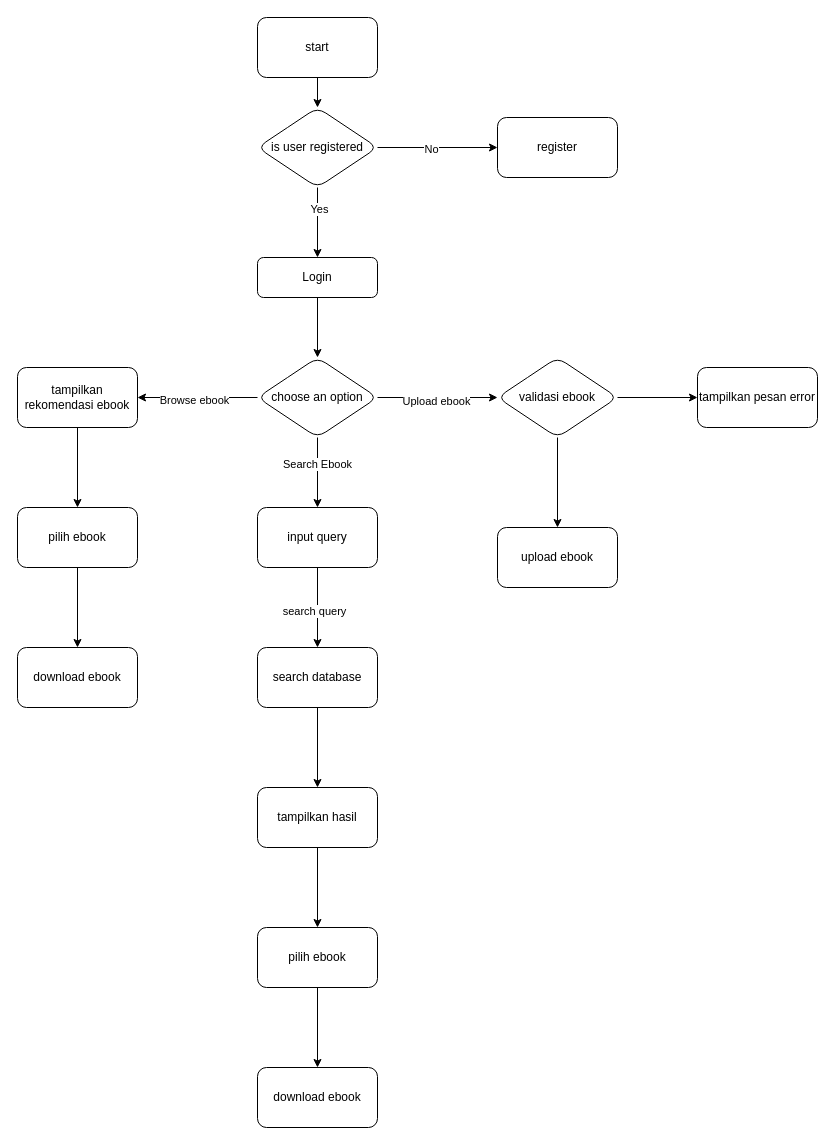
Above: flowchart_psbf.drawio in zaenal-abidin-syah/diagram (draw.io), before the change. Source tidied: cells renumbered, new cells numbered last; positions are measured from the earlier drawing's top-left corner, leaving out a move shared by most shapes. Both pictures are drawn from the tidied source at 100%, with x=0, y=0 at pixel (17, 17).
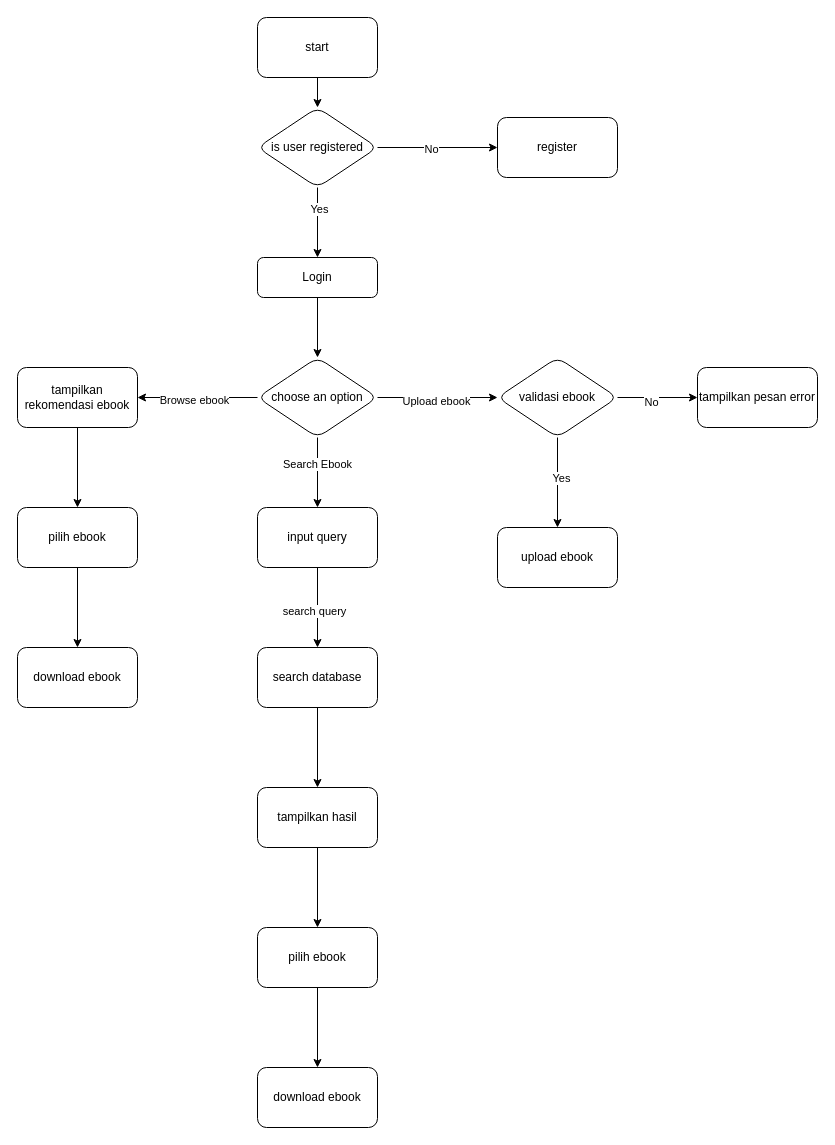
Above is the later version.

The change refers to these unchanged cells:
```xml
<mxCell id="34" style="edgeStyle=orthogonalEdgeStyle;rounded=0;jettySize=auto;html=1;" parent="1" edge="1" source="36" target="37">
  <mxGeometry relative="1" as="geometry" />
</mxCell>
<mxCell id="35" style="edgeStyle=orthogonalEdgeStyle;rounded=0;jettySize=auto;html=1;" parent="1" edge="1" source="36" target="38">
  <mxGeometry relative="1" as="geometry" />
</mxCell>
```

Change to the diagram source:
```diff
@@
+    <mxCell id="39" value="No" style="edgeLabel;html=1;align=center;verticalAlign=middle;" parent="34" vertex="1">
+      <mxGeometry x="-0.17" y="-4" relative="1" as="geometry" />
+    </mxCell>
@@
+    <mxCell id="40" value="Yes" style="edgeLabel;html=1;align=center;verticalAlign=middle;" parent="35" vertex="1">
+      <mxGeometry x="-0.11" y="3" relative="1" as="geometry" />
+    </mxCell>
```
